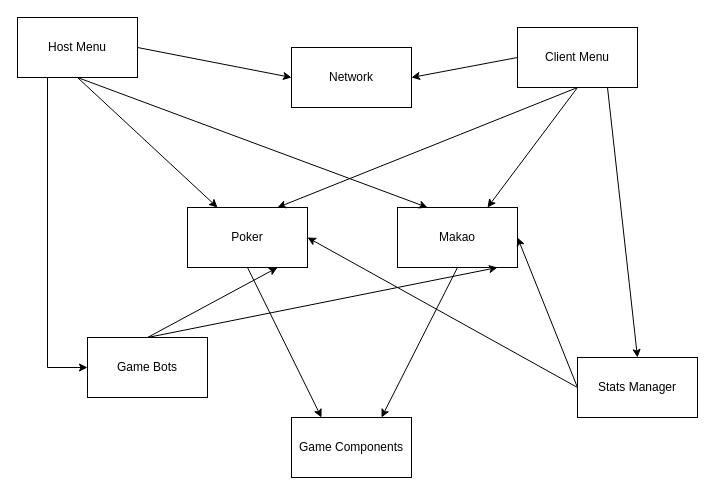
Earlier version of the draw.io diagram docs/04_diagramy_i_harmonogram/Diagram_Komponentow.drawio (MichalKostepski/Symulator-kart). Source tidied: cells renumbered, new cells numbered last; positions are measured from the earlier drawing's top-left corner, leaving out a move shared by most shapes. Both pictures are drawn from the tidied source at 100%, with x=0, y=0 at pixel (17, 17).
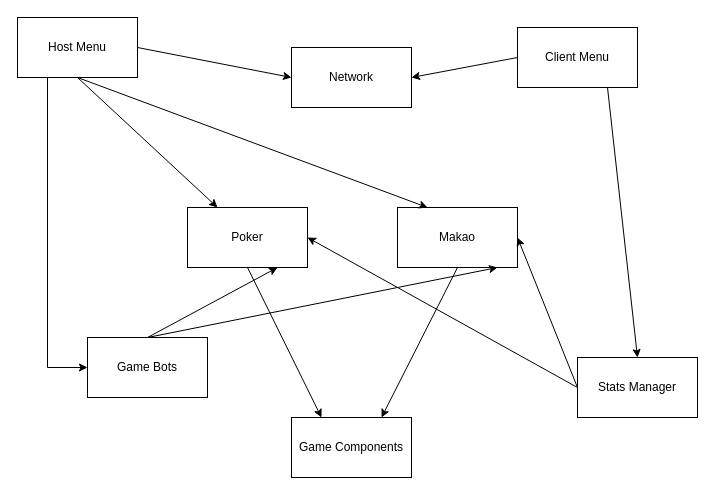
After the change.

Unchanged cells that the change refers to:
```xml
<mxCell id="3" value="Client Menu" style="rounded=0;whiteSpace=wrap;html=1;" parent="1" vertex="1">
  <mxGeometry x="500" y="10" width="120" height="60" as="geometry" />
</mxCell>
<mxCell id="4" value="Poker" style="rounded=0;whiteSpace=wrap;html=1;" parent="1" vertex="1">
  <mxGeometry x="170" y="190" width="120" height="60" as="geometry" />
</mxCell>
<mxCell id="5" value="Makao" style="rounded=0;whiteSpace=wrap;html=1;" parent="1" vertex="1">
  <mxGeometry x="380" y="190" width="120" height="60" as="geometry" />
</mxCell>
```

What changed in the source:
```diff
@@
-    <mxCell id="14" style="endArrow=classic;html=1;rounded=0;exitX=0.5;exitY=1;exitDx=0;exitDy=0;entryX=0.75;entryY=0;entryDx=0;entryDy=0;" parent="1" edge="1" source="3" target="4">
-      <mxGeometry relative="1" as="geometry" />
-    </mxCell>
-    <mxCell id="15" style="endArrow=classic;html=1;rounded=0;exitX=0.5;exitY=1;exitDx=0;exitDy=0;entryX=0.75;entryY=0;entryDx=0;entryDy=0;" parent="1" edge="1" source="3" target="5">
-      <mxGeometry relative="1" as="geometry" />
-    </mxCell>
```
